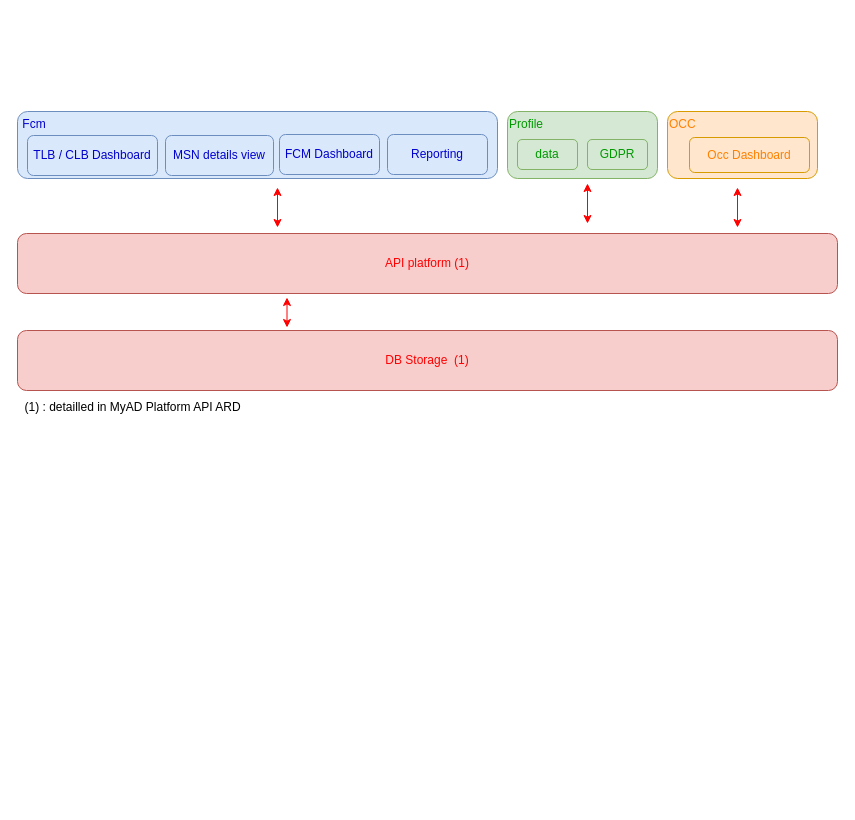
This is FCM_Cockpit.drawio from claytonbrown/aws-drawing, a draw.io file, before an edit. Source tidied: cells renumbered, new cells numbered last; positions are measured from the earlier drawing's top-left corner, leaving out a move shared by most shapes. Both pictures are drawn from the tidied source at 100%, with x=0, y=0 at pixel (17, 111).
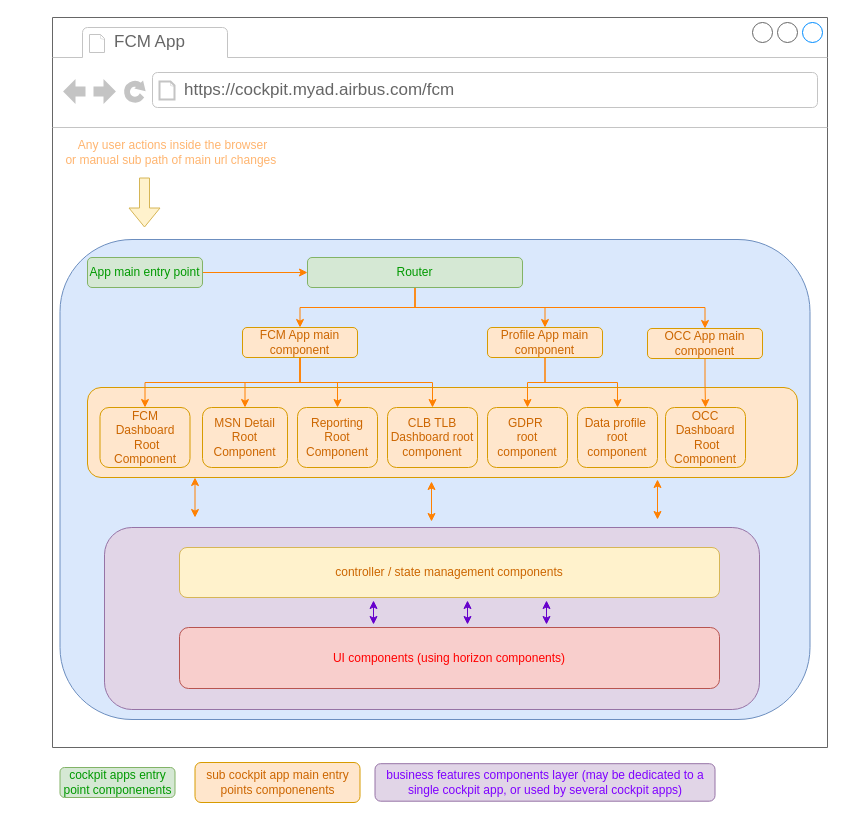
After the change.

Diff of the diagram source:
```diff
@@
-    <mxCell id="1" parent="0" />
-    <mxCell id="2" value="API platform (1)" style="rounded=1;whiteSpace=wrap;html=1;fillColor=#f8cecc;strokeColor=#b85450;fontColor=#FF0000;" parent="1" vertex="1">
-      <mxGeometry y="122" width="820" height="60" as="geometry" />
-    </mxCell>
-    <mxCell id="3" value="DB Storage&amp;nbsp; (1)" style="rounded=1;whiteSpace=wrap;html=1;fillColor=#f8cecc;strokeColor=#b85450;fontColor=#FF0000;" parent="1" vertex="1">
-      <mxGeometry y="219" width="820" height="60" as="geometry" />
-    </mxCell>
-    <mxCell id="4" style="endArrow=classic;startArrow=classic;html=1;fontColor=#FFFFFF;strokeColor=#FF0000;" parent="1" edge="1">
-      <mxGeometry relative="1" as="geometry">
-        <mxPoint x="269.5" y="216" as="sourcePoint" />
-        <mxPoint x="269.5" y="186" as="targetPoint" />
-      </mxGeometry>
-    </mxCell>
-    <mxCell id="5" value="&lt;font color=&quot;#000000&quot;&gt;(1) : detailled in MyAD Platform API ARD&lt;/font&gt;" style="text;html=1;align=center;verticalAlign=middle;fontColor=#FFFFFF;" parent="1" vertex="1">
-      <mxGeometry y="286" width="230" height="20" as="geometry" />
-    </mxCell>
-    <mxCell id="6" style="endArrow=classic;startArrow=classic;html=1;fontColor=#FFFFFF;strokeColor=#FF0000;" parent="1" edge="1">
-      <mxGeometry relative="1" as="geometry">
-        <mxPoint x="260" y="116" as="sourcePoint" />
-        <mxPoint x="260" y="76" as="targetPoint" />
-      </mxGeometry>
-    </mxCell>
-    <mxCell id="7" style="endArrow=classic;startArrow=classic;html=1;fontColor=#FFFFFF;strokeColor=#FF0000;" parent="1" edge="1">
-      <mxGeometry relative="1" as="geometry">
-        <mxPoint x="720" y="116" as="sourcePoint" />
-        <mxPoint x="720" y="76" as="targetPoint" />
-      </mxGeometry>
-    </mxCell>
-    <mxCell id="8" style="endArrow=classic;startArrow=classic;html=1;fontColor=#FFFFFF;strokeColor=#FF0000;" parent="1" edge="1">
-      <mxGeometry relative="1" as="geometry">
-        <mxPoint x="570" y="112" as="sourcePoint" />
-        <mxPoint x="570" y="72" as="targetPoint" />
-      </mxGeometry>
-    </mxCell>
-    <mxCell id="9" style="group;" parent="1" vertex="1">
-      <mxGeometry x="650" width="150" height="67" as="geometry" />
-    </mxCell>
-    <mxCell id="10" value="OCC&lt;br&gt;&lt;br&gt;&lt;br&gt;&lt;br&gt;" style="rounded=1;whiteSpace=wrap;html=1;align=left;fillColor=#ffe6cc;strokeColor=#d79b00;fontColor=#FF8000;" parent="9" vertex="1">
-      <mxGeometry width="150" height="67" as="geometry" />
-    </mxCell>
-    <mxCell id="11" value="Occ Dashboard" style="rounded=1;whiteSpace=wrap;html=1;align=center;fillColor=#ffe6cc;strokeColor=#d79b00;fontColor=#FF8000;" parent="9" vertex="1">
-      <mxGeometry x="22" y="26" width="120" height="35" as="geometry" />
-    </mxCell>
-    <mxCell id="12" style="group;" parent="1" vertex="1">
-      <mxGeometry x="490" width="150" height="67" as="geometry" />
-    </mxCell>
-    <mxCell id="13" value="Profile&lt;br&gt;&lt;br&gt;&lt;br&gt;&lt;br&gt;" style="rounded=1;whiteSpace=wrap;html=1;align=left;fillColor=#d5e8d4;strokeColor=#82b366;fontColor=#009900;" parent="12" vertex="1">
-      <mxGeometry width="150" height="67" as="geometry" />
-    </mxCell>
-    <mxCell id="14" value="data" style="rounded=1;whiteSpace=wrap;html=1;align=center;fillColor=#d5e8d4;strokeColor=#82b366;fontColor=#009900;" parent="12" vertex="1">
-      <mxGeometry x="10" y="28" width="60" height="30" as="geometry" />
-    </mxCell>
-    <mxCell id="15" value="GDPR" style="rounded=1;whiteSpace=wrap;html=1;align=center;fillColor=#d5e8d4;strokeColor=#82b366;fontColor=#009900;" parent="12" vertex="1">
-      <mxGeometry x="80" y="28" width="60" height="30" as="geometry" />
-    </mxCell>
-    <mxCell id="16" style="group;" parent="1" vertex="1">
-      <mxGeometry width="480" height="67" as="geometry" />
-    </mxCell>
-    <mxCell id="17" value="&lt;font&gt;&amp;nbsp;Fcm&lt;br&gt;&lt;br&gt;&lt;br&gt;&lt;br&gt;&lt;/font&gt;" style="rounded=1;whiteSpace=wrap;html=1;fillColor=#dae8fc;strokeColor=#6c8ebf;align=left;fontColor=#0000CC;" parent="16" vertex="1">
-      <mxGeometry width="480" height="67" as="geometry" />
-    </mxCell>
-    <mxCell id="18" value="MSN details view" style="rounded=1;whiteSpace=wrap;html=1;fillColor=#dae8fc;strokeColor=#6c8ebf;fontColor=#0000CC;" parent="16" vertex="1">
-      <mxGeometry x="148" y="24" width="108" height="40" as="geometry" />
-    </mxCell>
-    <mxCell id="19" value="TLB / CLB Dashboard" style="rounded=1;whiteSpace=wrap;html=1;fillColor=#dae8fc;strokeColor=#6c8ebf;fontColor=#0000CC;" parent="16" vertex="1">
-      <mxGeometry x="10" y="24" width="130" height="40" as="geometry" />
-    </mxCell>
-    <mxCell id="20" value="FCM Dashboard" style="rounded=1;whiteSpace=wrap;html=1;fillColor=#dae8fc;strokeColor=#6c8ebf;fontColor=#0000CC;" parent="16" vertex="1">
-      <mxGeometry x="262" y="23" width="100" height="40" as="geometry" />
-    </mxCell>
-    <mxCell id="21" value="Reporting" style="rounded=1;whiteSpace=wrap;html=1;fillColor=#dae8fc;strokeColor=#6c8ebf;fontColor=#0000CC;" parent="16" vertex="1">
-      <mxGeometry x="370" y="23" width="100" height="40" as="geometry" />
-    </mxCell>
+    <mxCell id="22" parent="0" />
+    <mxCell id="23" style="strokeWidth=1;shadow=0;dashed=0;align=center;html=1;shape=mxgraph.mockup.containers.browserWindow;rSize=0;strokeColor=#666666;strokeColor2=#008cff;strokeColor3=#c4c4c4;mainText=,;" parent="22" vertex="1">
+      <mxGeometry x="35" y="-94" width="775" height="730" as="geometry" />
+    </mxCell>
+    <mxCell id="24" value="FCM App" style="strokeWidth=1;shadow=0;dashed=0;align=center;html=1;shape=mxgraph.mockup.containers.anchor;fontSize=17;fontColor=#666666;align=left;" parent="23" vertex="1">
+      <mxGeometry x="60" y="12" width="110" height="26" as="geometry" />
+    </mxCell>
+    <mxCell id="25" value="https://cockpit.myad.airbus.com/fcm" style="strokeWidth=1;shadow=0;dashed=0;align=center;html=1;shape=mxgraph.mockup.containers.anchor;rSize=0;fontSize=17;fontColor=#666666;align=left;" parent="23" vertex="1">
+      <mxGeometry x="130" y="60" width="250" height="26" as="geometry" />
+    </mxCell>
+    <mxCell id="26" style="rounded=1;whiteSpace=wrap;html=1;fillColor=#dae8fc;strokeColor=#6c8ebf;" parent="23" vertex="1">
+      <mxGeometry x="7.5" y="222" width="750" height="480" as="geometry" />
+    </mxCell>
+    <mxCell id="27" value="OCC App main component" style="rounded=1;whiteSpace=wrap;html=1;fillColor=#ffe6cc;strokeColor=#d79b00;fontColor=#CC6600;" parent="23" vertex="1">
+      <mxGeometry x="595" y="311" width="115" height="30" as="geometry" />
+    </mxCell>
+    <mxCell id="28" value="Profile App main component" style="rounded=1;whiteSpace=wrap;html=1;fillColor=#ffe6cc;strokeColor=#d79b00;fontColor=#CC6600;" parent="23" vertex="1">
+      <mxGeometry x="435" y="310" width="115" height="30" as="geometry" />
+    </mxCell>
+    <mxCell id="29" parent="0" />
+    <mxCell id="30" style="rounded=1;whiteSpace=wrap;html=1;fillColor=#ffe6cc;strokeColor=#d79b00;fontColor=#CC6600;" parent="29" vertex="1">
+      <mxGeometry x="70" y="276" width="710" height="90" as="geometry" />
+    </mxCell>
+    <mxCell id="31" style="edgeStyle=orthogonalEdgeStyle;rounded=0;jettySize=auto;html=1;exitX=1;exitY=0.5;exitDx=0;exitDy=0;entryX=0;entryY=0.5;entryDx=0;entryDy=0;fontColor=#CC6600;strokeColor=#FF8000;" parent="29" edge="1" source="32" target="36">
+      <mxGeometry relative="1" as="geometry" />
+    </mxCell>
+    <mxCell id="32" value="App main entry point" style="rounded=1;whiteSpace=wrap;html=1;fillColor=#d5e8d4;strokeColor=#82b366;fontColor=#009900;" parent="29" vertex="1">
+      <mxGeometry x="70" y="146" width="115" height="30" as="geometry" />
+    </mxCell>
+    <mxCell id="33" style="edgeStyle=orthogonalEdgeStyle;rounded=0;jettySize=auto;html=1;entryX=0.5;entryY=0;entryDx=0;entryDy=0;strokeColor=#FF8000;fontColor=#FF8000;" parent="29" edge="1" source="36" target="41">
+      <mxGeometry relative="1" as="geometry">
+        <Array as="points">
+          <mxPoint x="398" y="196" />
+          <mxPoint x="283" y="196" />
+        </Array>
+      </mxGeometry>
+    </mxCell>
+    <mxCell id="34" style="edgeStyle=orthogonalEdgeStyle;rounded=0;jettySize=auto;html=1;strokeColor=#FF8000;fontColor=#FF8000;" parent="29" edge="1" source="36" target="28">
+      <mxGeometry relative="1" as="geometry" />
+    </mxCell>
+    <mxCell id="35" style="edgeStyle=orthogonalEdgeStyle;rounded=0;jettySize=auto;html=1;entryX=0.5;entryY=0;entryDx=0;entryDy=0;strokeColor=#FF8000;fontColor=#FF8000;" parent="29" edge="1" source="36" target="27">
+      <mxGeometry relative="1" as="geometry">
+        <Array as="points">
+          <mxPoint x="398" y="196" />
+          <mxPoint x="688" y="196" />
+        </Array>
+      </mxGeometry>
+    </mxCell>
+    <mxCell id="36" value="Router" style="rounded=1;whiteSpace=wrap;html=1;fillColor=#d5e8d4;strokeColor=#82b366;fontColor=#009900;" parent="29" vertex="1">
+      <mxGeometry x="290" y="146" width="215" height="30" as="geometry" />
+    </mxCell>
+    <mxCell id="37" style="edgeStyle=orthogonalEdgeStyle;rounded=0;jettySize=auto;html=1;strokeColor=#FF8000;fontColor=#009900;exitX=0.5;exitY=1;exitDx=0;exitDy=0;" parent="29" edge="1" source="41" target="42">
+      <mxGeometry relative="1" as="geometry" />
+    </mxCell>
+    <mxCell id="38" style="edgeStyle=orthogonalEdgeStyle;rounded=0;jettySize=auto;html=1;strokeColor=#FF8000;fontColor=#009900;" parent="29" edge="1" source="41" target="43">
+      <mxGeometry relative="1" as="geometry" />
+    </mxCell>
+    <mxCell id="39" style="edgeStyle=orthogonalEdgeStyle;rounded=0;jettySize=auto;html=1;strokeColor=#FF8000;fontColor=#009900;exitX=0.5;exitY=1;exitDx=0;exitDy=0;" parent="29" edge="1" source="41" target="44">
+      <mxGeometry relative="1" as="geometry" />
+    </mxCell>
+    <mxCell id="40" style="edgeStyle=orthogonalEdgeStyle;rounded=0;jettySize=auto;html=1;strokeColor=#FF8000;fontColor=#009900;" parent="29" edge="1" source="41" target="47">
+      <mxGeometry relative="1" as="geometry" />
+    </mxCell>
+    <mxCell id="41" value="FCM App main component" style="rounded=1;whiteSpace=wrap;html=1;fillColor=#ffe6cc;strokeColor=#d79b00;fontColor=#CC6600;" parent="29" vertex="1">
+      <mxGeometry x="225" y="216" width="115" height="30" as="geometry" />
+    </mxCell>
+    <mxCell id="42" value="FCM Dashboard&lt;br&gt;&amp;nbsp;Root Component" style="rounded=1;whiteSpace=wrap;html=1;fillColor=#ffe6cc;strokeColor=#d79b00;fontColor=#CC6600;" parent="29" vertex="1">
+      <mxGeometry x="82.5" y="296" width="90" height="60" as="geometry" />
+    </mxCell>
+    <mxCell id="43" value="MSN Detail Root Component" style="rounded=1;whiteSpace=wrap;html=1;fillColor=#ffe6cc;strokeColor=#d79b00;fontColor=#CC6600;" parent="29" vertex="1">
+      <mxGeometry x="185" y="296" width="85" height="60" as="geometry" />
+    </mxCell>
+    <mxCell id="44" value="CLB TLB Dashboard root component" style="rounded=1;whiteSpace=wrap;html=1;fillColor=#ffe6cc;strokeColor=#d79b00;fontColor=#CC6600;" parent="29" vertex="1">
+      <mxGeometry x="370" y="296" width="90" height="60" as="geometry" />
+    </mxCell>
+    <mxCell id="45" style="shape=flexArrow;endArrow=classic;html=1;fillColor=#fff2cc;strokeColor=#d6b656;" parent="29" edge="1">
+      <mxGeometry relative="1" as="geometry">
+        <mxPoint x="127" y="66" as="sourcePoint" />
+        <mxPoint x="127" y="116" as="targetPoint" />
+      </mxGeometry>
+    </mxCell>
+    <mxCell id="46" value="&lt;font color=&quot;#ffb570&quot;&gt;Any user actions inside the browser &lt;br&gt;or manual sub path of main url changes&amp;nbsp;&lt;/font&gt;" style="text;html=1;align=center;verticalAlign=middle;" parent="29" vertex="1">
+      <mxGeometry x="40" y="26" width="230" height="30" as="geometry" />
+    </mxCell>
+    <mxCell id="47" value="Reporting &lt;br&gt;Root Component" style="rounded=1;whiteSpace=wrap;html=1;fillColor=#ffe6cc;strokeColor=#d79b00;fontColor=#CC6600;" parent="29" vertex="1">
+      <mxGeometry x="280" y="296" width="80" height="60" as="geometry" />
+    </mxCell>
+    <mxCell id="48" value="cockpit apps entry point componenents" style="rounded=1;whiteSpace=wrap;html=1;fillColor=#d5e8d4;strokeColor=#82b366;fontColor=#009900;" parent="29" vertex="1">
+      <mxGeometry x="42.5" y="656" width="115" height="30" as="geometry" />
+    </mxCell>
+    <mxCell id="49" value="sub cockpit app main entry points componenents" style="rounded=1;whiteSpace=wrap;html=1;fillColor=#ffe6cc;strokeColor=#d79b00;fontColor=#CC6600;" parent="29" vertex="1">
+      <mxGeometry x="177.5" y="651" width="165" height="40" as="geometry" />
+    </mxCell>
+    <mxCell id="50" value="business features components layer (may be dedicated to a single cockpit app, or used by several cockpit apps)" style="rounded=1;whiteSpace=wrap;html=1;fillColor=#e1d5e7;strokeColor=#9673a6;fontColor=#7F00FF;" parent="29" vertex="1">
+      <mxGeometry x="357.5" y="652.2" width="340" height="37.5" as="geometry" />
+    </mxCell>
+    <mxCell id="51" style="endArrow=classic;startArrow=classic;html=1;strokeColor=#FF8000;fontColor=#7F00FF;" parent="29" edge="1">
+      <mxGeometry relative="1" as="geometry">
+        <mxPoint x="177.5" y="406" as="sourcePoint" />
+        <mxPoint x="177.5" y="366" as="targetPoint" />
+      </mxGeometry>
+    </mxCell>
+    <mxCell id="52" style="endArrow=classic;startArrow=classic;html=1;strokeColor=#FF8000;fontColor=#7F00FF;" parent="29" edge="1">
+      <mxGeometry relative="1" as="geometry">
+        <mxPoint x="414" y="410" as="sourcePoint" />
+        <mxPoint x="414" y="370" as="targetPoint" />
+      </mxGeometry>
+    </mxCell>
+    <mxCell id="53" style="endArrow=classic;startArrow=classic;html=1;strokeColor=#FF8000;fontColor=#7F00FF;" parent="29" edge="1">
+      <mxGeometry relative="1" as="geometry">
+        <mxPoint x="640" y="408" as="sourcePoint" />
+        <mxPoint x="640" y="368" as="targetPoint" />
+      </mxGeometry>
+    </mxCell>
+    <mxCell id="54" style="group;" parent="29" vertex="1">
+      <mxGeometry x="87" y="416" width="655" height="182" as="geometry" />
+    </mxCell>
+    <mxCell id="55" style="rounded=1;whiteSpace=wrap;html=1;fillColor=#e1d5e7;strokeColor=#9673a6;" parent="54" vertex="1">
+      <mxGeometry width="655" height="182" as="geometry" />
+    </mxCell>
+    <mxCell id="56" value="&lt;span style=&quot;white-space: normal&quot;&gt;UI components (using horizon components)&lt;/span&gt;" style="rounded=1;whiteSpace=wrap;html=1;fillColor=#f8cecc;strokeColor=#b85450;fontColor=#FF0000;" parent="54" vertex="1">
+      <mxGeometry x="75" y="100" width="540" height="61" as="geometry" />
+    </mxCell>
+    <mxCell id="57" value="controller / state management components" style="rounded=1;whiteSpace=wrap;html=1;fillColor=#fff2cc;strokeColor=#d6b656;fontColor=#CC6600;" parent="54" vertex="1">
+      <mxGeometry x="75" y="20" width="540" height="50" as="geometry" />
+    </mxCell>
+    <mxCell id="58" style="endArrow=classic;startArrow=classic;html=1;strokeColor=#6600CC;fontColor=#7F00FF;" parent="54" edge="1">
+      <mxGeometry relative="1" as="geometry">
+        <mxPoint x="442" y="97" as="sourcePoint" />
+        <mxPoint x="442" y="73" as="targetPoint" />
+      </mxGeometry>
+    </mxCell>
+    <mxCell id="59" style="endArrow=classic;startArrow=classic;html=1;strokeColor=#6600CC;fontColor=#7F00FF;" parent="54" edge="1">
+      <mxGeometry relative="1" as="geometry">
+        <mxPoint x="363" y="97" as="sourcePoint" />
+        <mxPoint x="363" y="73" as="targetPoint" />
+      </mxGeometry>
+    </mxCell>
+    <mxCell id="60" style="endArrow=classic;startArrow=classic;html=1;strokeColor=#6600CC;fontColor=#7F00FF;" parent="54" edge="1">
+      <mxGeometry relative="1" as="geometry">
+        <mxPoint x="269" y="97" as="sourcePoint" />
+        <mxPoint x="269" y="73" as="targetPoint" />
+      </mxGeometry>
+    </mxCell>
+    <mxCell id="61" value="GDPR&amp;nbsp;&lt;br&gt;root component" style="rounded=1;whiteSpace=wrap;html=1;fillColor=#ffe6cc;strokeColor=#d79b00;fontColor=#CC6600;" parent="29" vertex="1">
+      <mxGeometry x="470" y="296" width="80" height="60" as="geometry" />
+    </mxCell>
+    <mxCell id="62" value="OCC Dashboard&lt;br&gt;&amp;nbsp;Root Component" style="rounded=1;whiteSpace=wrap;html=1;fillColor=#ffe6cc;strokeColor=#d79b00;fontColor=#CC6600;" parent="29" vertex="1">
+      <mxGeometry x="648" y="296" width="80" height="60" as="geometry" />
+    </mxCell>
+    <mxCell id="63" value="Data profile&amp;nbsp;&lt;br&gt;root component" style="rounded=1;whiteSpace=wrap;html=1;fillColor=#ffe6cc;strokeColor=#d79b00;fontColor=#CC6600;" parent="29" vertex="1">
+      <mxGeometry x="560" y="296" width="80" height="60" as="geometry" />
+    </mxCell>
+    <mxCell id="64" style="edgeStyle=orthogonalEdgeStyle;rounded=0;jettySize=auto;html=1;strokeColor=#FF8000;fontColor=#FF8000;fillColor=#ffe6cc;" parent="29" edge="1" source="27" target="62">
+      <mxGeometry relative="1" as="geometry" />
+    </mxCell>
+    <mxCell id="65" style="edgeStyle=orthogonalEdgeStyle;rounded=0;jettySize=auto;html=1;strokeColor=#FF8000;fontColor=#FF8000;" parent="29" edge="1" source="28" target="61">
+      <mxGeometry relative="1" as="geometry" />
+    </mxCell>
+    <mxCell id="66" style="edgeStyle=orthogonalEdgeStyle;rounded=0;jettySize=auto;html=1;strokeColor=#FF8000;fontColor=#FF8000;" parent="29" edge="1" source="28" target="63">
+      <mxGeometry relative="1" as="geometry" />
+    </mxCell>
```
